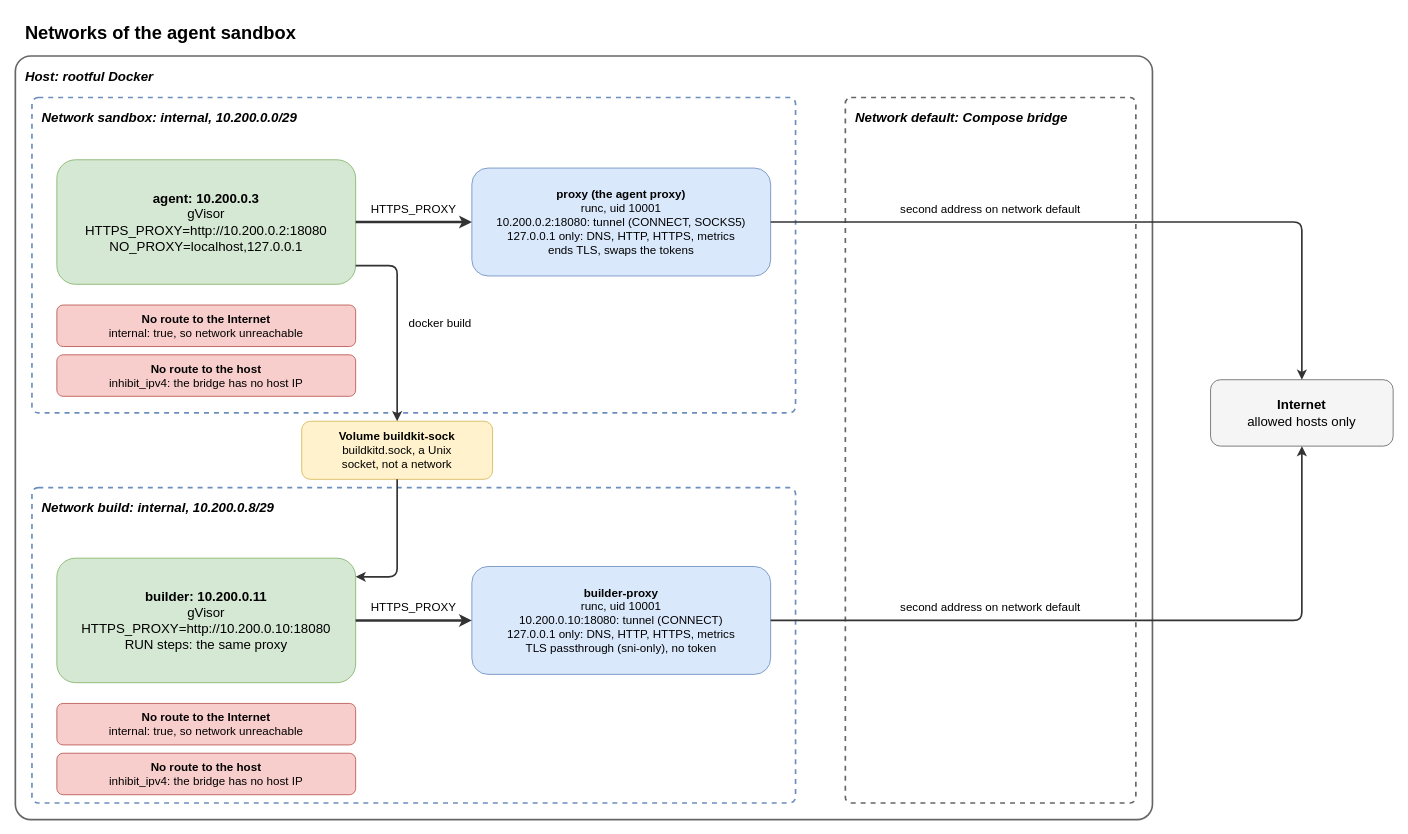
The draw.io diagram .devcontainer/docs/diagrams/network.drawio in raghav19/engineersdaybook, before the edit. Source tidied: cells renumbered, new cells numbered last; positions are measured from the earlier drawing's top-left corner, leaving out a move shared by most shapes. Both pictures are drawn from the tidied source at 83%, with x=0, y=0 at pixel (15, 14).
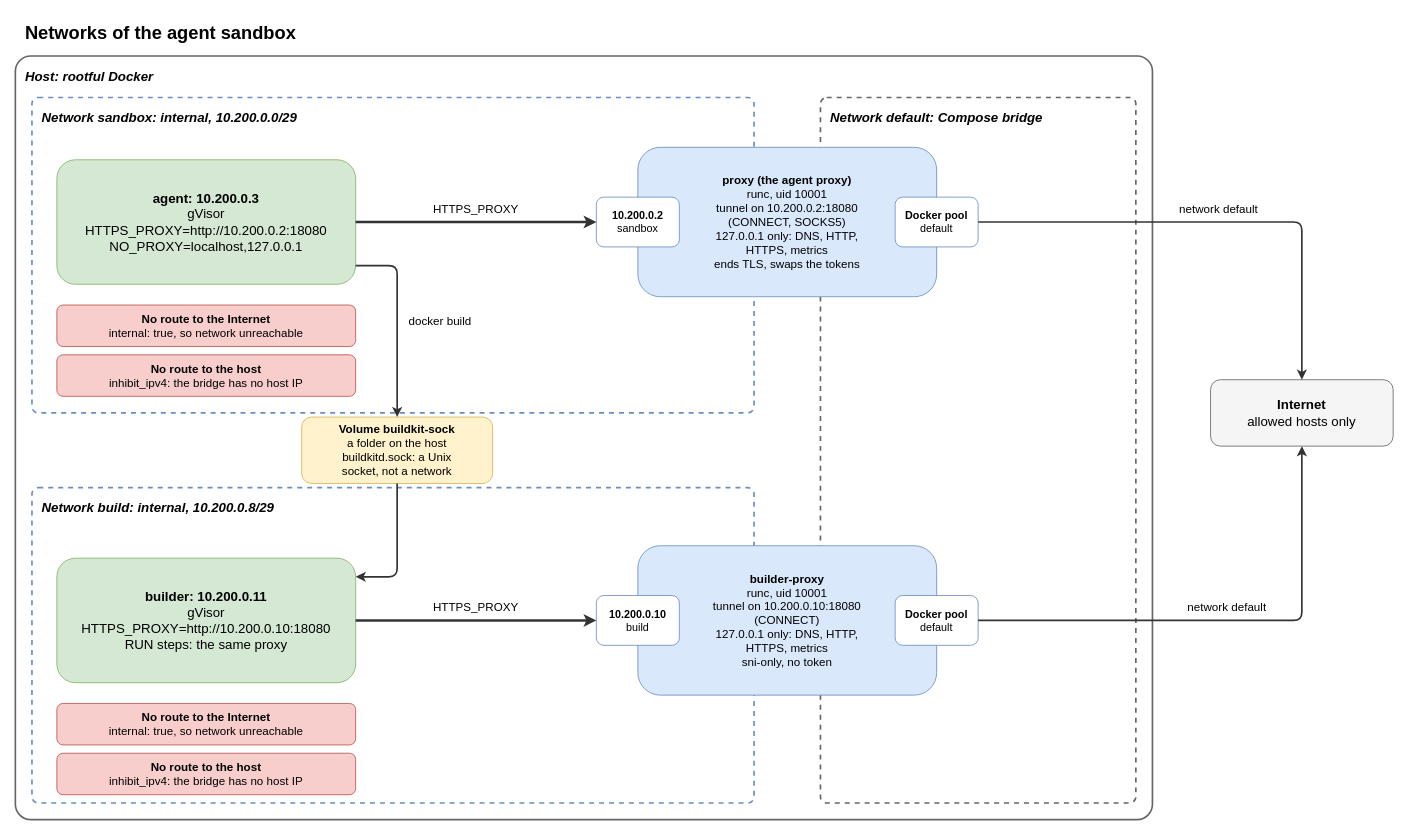
Above is the later version.

Unchanged cells that the change refers to:
```xml
<mxCell id="7" value="&lt;b&gt;agent: 10.200.0.3&lt;/b&gt;&lt;br&gt;gVisor&lt;br&gt;HTTPS_PROXY=http://10.200.0.2:18080&lt;br&gt;NO_PROXY=localhost,127.0.0.1" style="rounded=1;whiteSpace=wrap;html=1;fontSize=16;fillColor=#d5e8d4;strokeColor=#82b366;" parent="1" vertex="1">
  <mxGeometry x="50" y="175" width="360" height="150" as="geometry" />
</mxCell>
<mxCell id="12" value="&lt;b&gt;builder: 10.200.0.11&lt;/b&gt;&lt;br&gt;gVisor&lt;br&gt;HTTPS_PROXY=http://10.200.0.10:18080&lt;br&gt;RUN steps: the same proxy" style="rounded=1;whiteSpace=wrap;html=1;fontSize=16;fillColor=#d5e8d4;strokeColor=#82b366;" parent="1" vertex="1">
  <mxGeometry x="50" y="655" width="360" height="150" as="geometry" />
</mxCell>
<mxCell id="16" value="&lt;b&gt;Internet&lt;/b&gt;&lt;br&gt;allowed hosts only" style="rounded=1;whiteSpace=wrap;html=1;fontSize=16;fillColor=#f5f5f5;strokeColor=#666666;" parent="1" vertex="1">
  <mxGeometry x="1440" y="440" width="220" height="80" as="geometry" />
</mxCell>
```

Diff of the diagram source:
```diff
@@
     <mxCell id="4" value="Network sandbox: internal, 10.200.0.0/29" style="rounded=1;arcSize=2;whiteSpace=wrap;html=0;fontSize=16;fillColor=none;strokeColor=#6c8ebf;strokeWidth=2;align=left;spacingLeft=10;fontStyle=3;verticalAlign=top;spacingTop=8;dashed=1;" parent="1" vertex="1">
-      <mxGeometry x="20" y="100" width="920" height="380" as="geometry" />
+      <mxGeometry x="20" y="100" width="870" height="380" as="geometry" />
     </mxCell>
     <mxCell id="5" value="Network build: internal, 10.200.0.8/29" style="rounded=1;arcSize=2;whiteSpace=wrap;html=0;fontSize=16;fillColor=none;strokeColor=#6c8ebf;strokeWidth=2;align=left;spacingLeft=10;fontStyle=3;verticalAlign=top;spacingTop=8;dashed=1;" parent="1" vertex="1">
-      <mxGeometry x="20" y="570" width="920" height="380" as="geometry" />
+      <mxGeometry x="20" y="570" width="870" height="380" as="geometry" />
     </mxCell>
     <mxCell id="6" value="Network default: Compose bridge" style="rounded=1;arcSize=2;whiteSpace=wrap;html=0;fontSize=16;fillColor=none;strokeColor=#666666;strokeWidth=2;align=left;spacingLeft=10;fontStyle=3;verticalAlign=top;spacingTop=8;dashed=1;" parent="1" vertex="1">
-      <mxGeometry x="1000" y="100" width="350" height="850" as="geometry" />
+      <mxGeometry x="970" y="100" width="380" height="850" as="geometry" />
     </mxCell>
@@
-    <mxCell id="10" value="&lt;b&gt;proxy (the agent proxy)&lt;/b&gt;&lt;br&gt;runc, uid 10001&lt;br&gt;10.200.0.2:18080: tunnel (CONNECT, SOCKS5)&lt;br&gt;127.0.0.1 only: DNS, HTTP, HTTPS, metrics&lt;br&gt;ends TLS, swaps the tokens" style="rounded=1;whiteSpace=wrap;html=1;fontSize=14;fillColor=#dae8fc;strokeColor=#6c8ebf;" parent="1" vertex="1">
-      <mxGeometry x="550" y="185" width="360" height="130" as="geometry" />
+    <mxCell id="10" value="&lt;b&gt;proxy (the agent proxy)&lt;/b&gt;&lt;br&gt;runc, uid 10001&lt;br&gt;tunnel on 10.200.0.2:18080&lt;br&gt;(CONNECT, SOCKS5)&lt;br&gt;127.0.0.1 only: DNS, HTTP,&lt;br&gt;HTTPS, metrics&lt;br&gt;ends TLS, swaps the tokens" style="rounded=1;whiteSpace=wrap;html=1;fontSize=14;fillColor=#dae8fc;strokeColor=#6c8ebf;" parent="1" vertex="1">
+      <mxGeometry x="750" y="160" width="360" height="180" as="geometry" />
     </mxCell>
+    <mxCell id="23" value="&lt;b&gt;10.200.0.2&lt;/b&gt;&lt;br&gt;sandbox" style="rounded=1;whiteSpace=wrap;html=1;fontSize=13;fillColor=#ffffff;strokeColor=#6c8ebf;" parent="1" vertex="1">
+      <mxGeometry x="700" y="220" width="100" height="60" as="geometry" />
+    </mxCell>
+    <mxCell id="24" value="&lt;b&gt;Docker pool&lt;/b&gt;&lt;br&gt;default" style="rounded=1;whiteSpace=wrap;html=1;fontSize=13;fillColor=#ffffff;strokeColor=#6c8ebf;" parent="1" vertex="1">
+      <mxGeometry x="1060" y="220" width="100" height="60" as="geometry" />
+    </mxCell>
-    <mxCell id="11" value="&lt;b&gt;Volume buildkit-sock&lt;/b&gt;&lt;br&gt;buildkitd.sock, a Unix&lt;br&gt;socket, not a network" style="rounded=1;whiteSpace=wrap;html=1;fontSize=14;fillColor=#fff2cc;strokeColor=#d6b656;" parent="1" vertex="1">
-      <mxGeometry x="345" y="490" width="230" height="70" as="geometry" />
+    <mxCell id="11" value="&lt;b&gt;Volume buildkit-sock&lt;/b&gt;&lt;br&gt;a folder on the host&lt;br&gt;buildkitd.sock: a Unix&lt;br&gt;socket, not a network" style="rounded=1;whiteSpace=wrap;html=1;fontSize=14;fillColor=#fff2cc;strokeColor=#d6b656;" parent="1" vertex="1">
+      <mxGeometry x="345" y="485" width="230" height="80" as="geometry" />
     </mxCell>
@@
-    <mxCell id="15" value="&lt;b&gt;builder-proxy&lt;/b&gt;&lt;br&gt;runc, uid 10001&lt;br&gt;10.200.0.10:18080: tunnel (CONNECT)&lt;br&gt;127.0.0.1 only: DNS, HTTP, HTTPS, metrics&lt;br&gt;TLS passthrough (sni-only), no token" style="rounded=1;whiteSpace=wrap;html=1;fontSize=14;fillColor=#dae8fc;strokeColor=#6c8ebf;" parent="1" vertex="1">
-      <mxGeometry x="550" y="665" width="360" height="130" as="geometry" />
+    <mxCell id="15" value="&lt;b&gt;builder-proxy&lt;/b&gt;&lt;br&gt;runc, uid 10001&lt;br&gt;tunnel on 10.200.0.10:18080&lt;br&gt;(CONNECT)&lt;br&gt;127.0.0.1 only: DNS, HTTP,&lt;br&gt;HTTPS, metrics&lt;br&gt;sni-only, no token" style="rounded=1;whiteSpace=wrap;html=1;fontSize=14;fillColor=#dae8fc;strokeColor=#6c8ebf;" parent="1" vertex="1">
+      <mxGeometry x="750" y="640" width="360" height="180" as="geometry" />
     </mxCell>
+    <mxCell id="25" value="&lt;b&gt;10.200.0.10&lt;/b&gt;&lt;br&gt;build" style="rounded=1;whiteSpace=wrap;html=1;fontSize=13;fillColor=#ffffff;strokeColor=#6c8ebf;" parent="1" vertex="1">
+      <mxGeometry x="700" y="700" width="100" height="60" as="geometry" />
+    </mxCell>
+    <mxCell id="26" value="&lt;b&gt;Docker pool&lt;/b&gt;&lt;br&gt;default" style="rounded=1;whiteSpace=wrap;html=1;fontSize=13;fillColor=#ffffff;strokeColor=#6c8ebf;" parent="1" vertex="1">
+      <mxGeometry x="1060" y="700" width="100" height="60" as="geometry" />
+    </mxCell>
@@
-    <mxCell id="17" value="HTTPS_PROXY" style="edgeStyle=orthogonalEdgeStyle;rounded=1;curved=0;html=0;labelBackgroundColor=none;fontSize=14;strokeWidth=3;strokeColor=#333333;exitX=1;exitY=0.5;exitDx=0;exitDy=0;entryX=0;entryY=0.5;entryDx=0;entryDy=0;" parent="1" edge="1" source="7" target="10">
+    <mxCell id="17" value="HTTPS_PROXY" style="edgeStyle=orthogonalEdgeStyle;rounded=1;curved=0;html=0;labelBackgroundColor=none;fontSize=14;strokeWidth=3;strokeColor=#333333;exitX=1;exitY=0.5;exitDx=0;exitDy=0;entryX=0;entryY=0.5;entryDx=0;entryDy=0;" parent="1" edge="1" source="7" target="23">
       <mxGeometry relative="1" as="geometry">
         <mxPoint y="-16.5" as="offset" />
       </mxGeometry>
     </mxCell>
-    <mxCell id="18" value="HTTPS_PROXY" style="edgeStyle=orthogonalEdgeStyle;rounded=1;curved=0;html=0;labelBackgroundColor=none;fontSize=14;strokeWidth=3;strokeColor=#333333;exitX=1;exitY=0.5;exitDx=0;exitDy=0;entryX=0;entryY=0.5;entryDx=0;entryDy=0;" parent="1" edge="1" source="12" target="15">
+    <mxCell id="18" value="HTTPS_PROXY" style="edgeStyle=orthogonalEdgeStyle;rounded=1;curved=0;html=0;labelBackgroundColor=none;fontSize=14;strokeWidth=3;strokeColor=#333333;exitX=1;exitY=0.5;exitDx=0;exitDy=0;entryX=0;entryY=0.5;entryDx=0;entryDy=0;" parent="1" edge="1" source="12" target="25">
       <mxGeometry relative="1" as="geometry">
         <mxPoint y="-16.5" as="offset" />
       </mxGeometry>
     </mxCell>
@@
-    <mxCell id="21" value="second address on network default" style="edgeStyle=orthogonalEdgeStyle;rounded=1;curved=0;html=0;labelBackgroundColor=none;fontSize=14;strokeWidth=2;strokeColor=#333333;exitX=1;exitY=0.5;exitDx=0;exitDy=0;entryX=0.5;entryY=0;entryDx=0;entryDy=0;" parent="1" edge="1" source="10" target="16">
+    <mxCell id="21" value="network default" style="edgeStyle=orthogonalEdgeStyle;rounded=1;curved=0;html=0;labelBackgroundColor=none;fontSize=14;strokeWidth=2;strokeColor=#333333;exitX=1;exitY=0.5;exitDx=0;exitDy=0;entryX=0.5;entryY=0;entryDx=0;entryDy=0;" parent="1" edge="1" source="24" target="16">
       <mxGeometry relative="1" as="geometry">
-        <mxPoint x="-150" y="-16.5" as="offset" />
+        <mxPoint y="-16.5" as="offset" />
       </mxGeometry>
     </mxCell>
-    <mxCell id="22" value="second address on network default" style="edgeStyle=orthogonalEdgeStyle;rounded=1;curved=0;html=0;labelBackgroundColor=none;fontSize=14;strokeWidth=2;strokeColor=#333333;exitX=1;exitY=0.5;exitDx=0;exitDy=0;entryX=0.5;entryY=1;entryDx=0;entryDy=0;" parent="1" edge="1" source="15" target="16">
+    <mxCell id="22" value="network default" style="edgeStyle=orthogonalEdgeStyle;rounded=1;curved=0;html=0;labelBackgroundColor=none;fontSize=14;strokeWidth=2;strokeColor=#333333;exitX=1;exitY=0.5;exitDx=0;exitDy=0;entryX=0.5;entryY=1;entryDx=0;entryDy=0;" parent="1" edge="1" source="26" target="16">
       <mxGeometry relative="1" as="geometry">
-        <mxPoint x="-160" y="-16.5" as="offset" />
+        <mxPoint y="-16.5" as="offset" />
       </mxGeometry>
     </mxCell>
```
